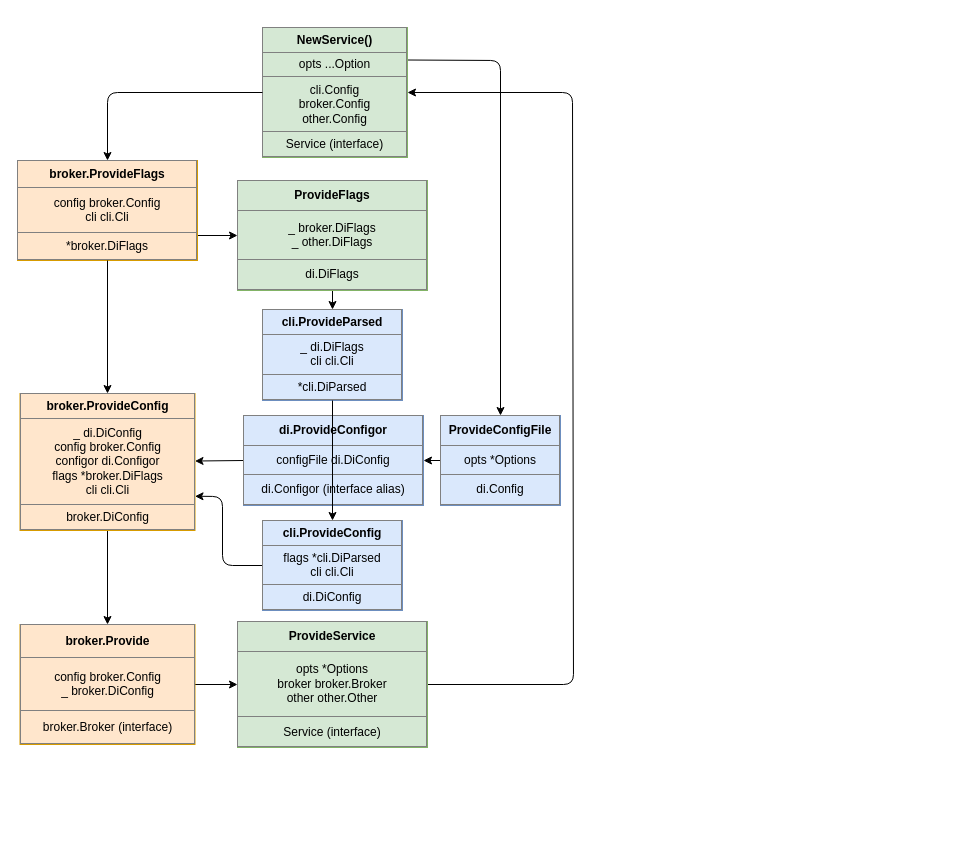
Above: docs/wire/new_wire_di.dio in go-orb/go-orb (draw.io), before the change. Source tidied: cells renumbered, new cells numbered last; positions are measured from the earlier drawing's top-left corner, leaving out a move shared by most shapes. Both pictures are drawn from the tidied source at 100%, with x=0, y=0 at pixel (17, 27).
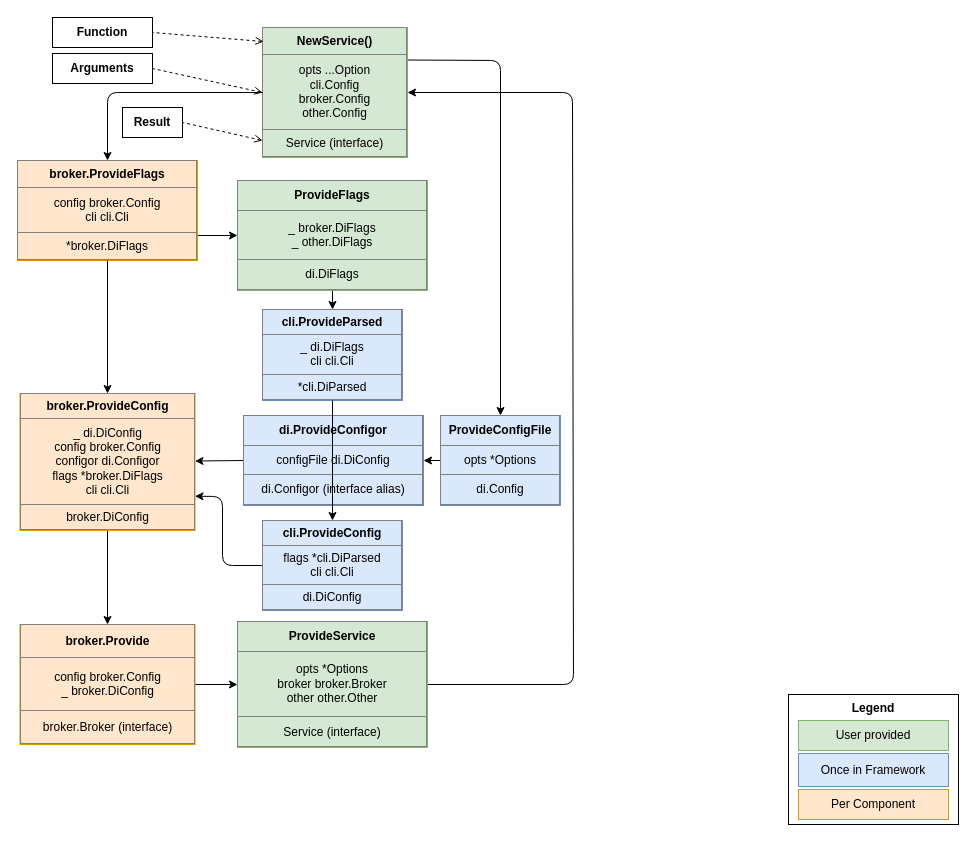
Above is the later version.

Diff of the diagram source:
```diff
@@
+    <mxCell id="24" style="edgeStyle=none;html=1;exitX=0;exitY=0.5;exitDx=0;exitDy=0;entryX=1;entryY=0.5;entryDx=0;entryDy=0;startArrow=open;startFill=0;endArrow=none;endFill=0;dashed=1;" parent="1" edge="1" source="3" target="27">
+      <mxGeometry relative="1" as="geometry" />
+    </mxCell>
-    <mxCell id="3" value="&lt;table border=&quot;1&quot; width=&quot;100%&quot; height=&quot;100%&quot; cellpadding=&quot;4&quot; style=&quot;width: 100%; height: 100%; border-collapse: collapse;&quot;&gt;&lt;tbody&gt;&lt;tr&gt;&lt;th align=&quot;center&quot;&gt;&lt;b&gt;NewService()&lt;/b&gt;&lt;/th&gt;&lt;/tr&gt;&lt;tr&gt;&lt;td align=&quot;center&quot;&gt;opts ...Option&lt;/td&gt;&lt;/tr&gt;&lt;tr&gt;&lt;td align=&quot;center&quot;&gt;cli.Config&lt;br&gt;broker.Config&lt;br&gt;other.Config&lt;/td&gt;&lt;/tr&gt;&lt;tr&gt;&lt;td style=&quot;text-align: center;&quot;&gt;Service (interface)&lt;/td&gt;&lt;/tr&gt;&lt;/tbody&gt;&lt;/table&gt;" style="text;html=1;strokeColor=#82b366;fillColor=#d5e8d4;overflow=fill;" parent="1" vertex="1">
+    <mxCell id="3" value="&lt;table border=&quot;1&quot; width=&quot;100%&quot; height=&quot;100%&quot; cellpadding=&quot;4&quot; style=&quot;width: 100%; height: 100%; border-collapse: collapse;&quot;&gt;&lt;tbody&gt;&lt;tr&gt;&lt;th align=&quot;center&quot;&gt;&lt;b&gt;NewService()&lt;/b&gt;&lt;/th&gt;&lt;/tr&gt;&lt;tr&gt;&lt;td align=&quot;center&quot;&gt;opts ...Option&lt;br&gt;cli.Config&lt;br&gt;broker.Config&lt;br&gt;other.Config&lt;br&gt;&lt;/td&gt;&lt;/tr&gt;&lt;tr&gt;&lt;td style=&quot;text-align: center;&quot;&gt;Service (interface)&lt;/td&gt;&lt;/tr&gt;&lt;/tbody&gt;&lt;/table&gt;" style="text;html=1;strokeColor=#82b366;fillColor=#d5e8d4;overflow=fill;" parent="1" vertex="1">
       <mxGeometry x="245" width="145" height="130" as="geometry" />
     </mxCell>
@@
+    <mxCell id="25" value="&lt;b&gt;Function&lt;/b&gt;" style="text;html=1;strokeColor=default;fillColor=none;align=center;verticalAlign=middle;whiteSpace=wrap;rounded=0;" parent="1" vertex="1">
+      <mxGeometry x="35" y="-10" width="100" height="30" as="geometry" />
+    </mxCell>
+    <mxCell id="26" style="endArrow=none;html=1;entryX=1;entryY=0.5;entryDx=0;entryDy=0;exitX=0.007;exitY=0.108;exitDx=0;exitDy=0;exitPerimeter=0;startArrow=open;startFill=0;endFill=0;dashed=1;" parent="1" edge="1" source="3" target="25">
+      <mxGeometry relative="1" as="geometry" />
+    </mxCell>
+    <mxCell id="27" value="&lt;b&gt;Arguments&lt;/b&gt;" style="text;html=1;strokeColor=default;fillColor=none;align=center;verticalAlign=middle;whiteSpace=wrap;rounded=0;" parent="1" vertex="1">
+      <mxGeometry x="35" y="26" width="100" height="30" as="geometry" />
+    </mxCell>
+    <mxCell id="28" value="Result" style="text;html=1;strokeColor=default;fillColor=none;align=center;verticalAlign=middle;whiteSpace=wrap;rounded=0;fontStyle=1;" parent="1" vertex="1">
+      <mxGeometry x="105" y="80" width="60" height="30" as="geometry" />
+    </mxCell>
+    <mxCell id="29" style="endArrow=none;html=1;exitX=0;exitY=0.869;exitDx=0;exitDy=0;exitPerimeter=0;entryX=1;entryY=0.5;entryDx=0;entryDy=0;startArrow=open;startFill=0;endFill=0;dashed=1;" parent="1" edge="1" source="3" target="28">
+      <mxGeometry relative="1" as="geometry" />
+    </mxCell>
+    <mxCell id="30" value="&lt;b&gt;Legend&lt;/b&gt;" style="rounded=0;whiteSpace=wrap;html=1;strokeColor=default;align=center;verticalAlign=top;" parent="1" vertex="1">
+      <mxGeometry x="771" y="667" width="170" height="130" as="geometry" />
+    </mxCell>
+    <mxCell id="31" value="User provided" style="rounded=0;whiteSpace=wrap;html=1;strokeColor=#82b366;fillColor=#d5e8d4;" parent="1" vertex="1">
+      <mxGeometry x="781" y="693" width="150" height="30" as="geometry" />
+    </mxCell>
+    <mxCell id="32" value="Once in Framework" style="rounded=0;whiteSpace=wrap;html=1;strokeColor=#6c8ebf;fillColor=#dae8fc;" parent="1" vertex="1">
+      <mxGeometry x="781" y="726" width="150" height="33" as="geometry" />
+    </mxCell>
+    <mxCell id="33" value="Per Component" style="rounded=0;whiteSpace=wrap;html=1;strokeColor=#d79b00;fillColor=#ffe6cc;" parent="1" vertex="1">
+      <mxGeometry x="781" y="762" width="150" height="30" as="geometry" />
+    </mxCell>
```
